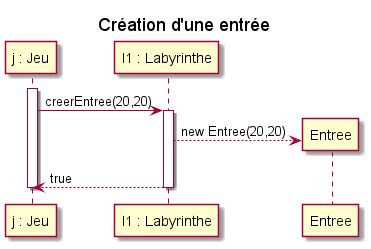
Earlier version of the PlantUML export documents/version_1/diagrammes/sequence/creerEntree.png (arnoux23u-IUTNC/2021_COO_Zeldiablo). Its diagram source:
```plantuml
@startuml

title "Création d'une entrée"

participant "j : Jeu" as j
participant "l1 : Labyrinthe" as l

activate j
j -> l : creerEntree(20,20)
activate l

create Entree
l --> Entree: new Entree(20,20)
j <-- l : true
deactivate l
deactivate j
@enduml
```
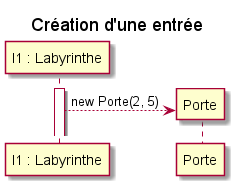
The same file after the commit.

Diff of the diagram source:
```diff
@@ -2,16 +2,9 @@
 
 title "Création d'une entrée"
 
-participant "j : Jeu" as j
 participant "l1 : Labyrinthe" as l
 
-activate j
-j -> l : creerEntree(20,20)
 activate l
-
-create Entree
-l --> Entree: new Entree(20,20)
-j <-- l : true
-deactivate l
-deactivate j
+create Porte
+l --> Porte: new Porte(2, 5)
 @enduml
```
